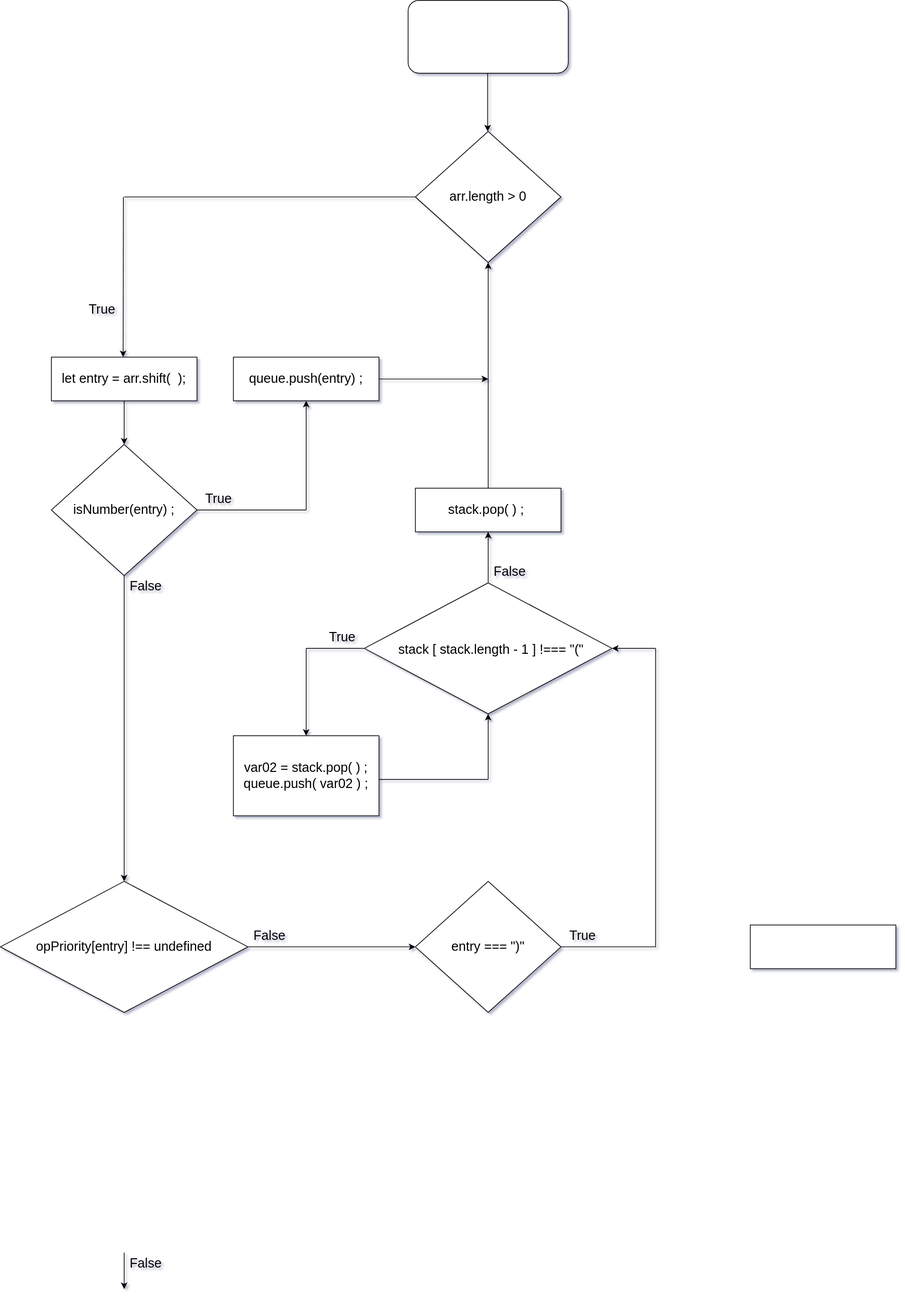
This is Untitled Diagram.drawio.svg from jcgm3205/jcgm3205, a draw.io export, as it was before one commit. Source tidied: cells renumbered, new cells last; positions are measured from the earlier drawing's top-left corner, leaving out a move shared by most shapes.
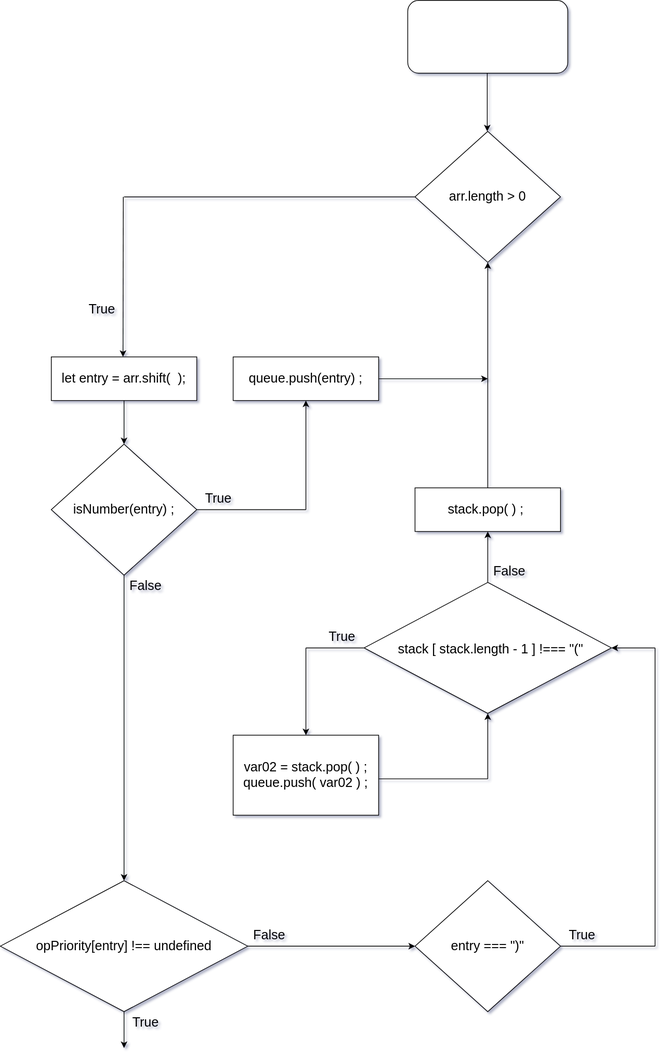
The same diagram one commit later.

Change to the diagram source:
```diff
@@ -71,13 +71,10 @@
     <mxCell id="21" value="False" style="text;html=1;strokeColor=none;fillColor=none;align=center;verticalAlign=middle;whiteSpace=wrap;rounded=0;fontSize=18;" parent="1" vertex="1">
       <mxGeometry x="340" y="1270" width="60" height="30" as="geometry" />
     </mxCell>
-    <mxCell id="22" value="False" style="text;html=1;strokeColor=none;fillColor=none;align=center;verticalAlign=middle;whiteSpace=wrap;rounded=0;fontSize=18;" parent="1" vertex="1">
-      <mxGeometry x="170" y="1720" width="60" height="30" as="geometry" />
-    </mxCell>
     <mxCell id="23" style="endArrow=classic;html=1;rounded=0;fontSize=18;exitX=0.5;exitY=1;exitDx=0;exitDy=0;" parent="1" edge="1">
       <mxGeometry relative="1" as="geometry">
-        <mxPoint x="170" y="1720" as="sourcePoint" />
-        <mxPoint x="170" y="1770" as="targetPoint" />
+        <mxPoint x="170" y="1390" as="sourcePoint" />
+        <mxPoint x="170" y="1440" as="targetPoint" />
       </mxGeometry>
     </mxCell>
     <mxCell id="24" style="rhombus;whiteSpace=wrap;html=1;fontSize=14;" parent="1" vertex="1">
@@ -144,9 +141,6 @@
     <mxCell id="37" style="rounded=0;whiteSpace=wrap;html=1;fontSize=18;" parent="1" vertex="1">
       <mxGeometry x="320" y="1010" width="200" height="110" as="geometry" />
     </mxCell>
-    <mxCell id="38" style="rounded=0;whiteSpace=wrap;html=1;fontSize=18;" parent="1" vertex="1">
-      <mxGeometry x="1030" y="1270" width="200" height="60" as="geometry" />
-    </mxCell>
     <mxCell id="39" value="queue.push(entry) ;" style="text;html=1;strokeColor=none;fillColor=none;align=center;verticalAlign=middle;whiteSpace=wrap;rounded=0;fontSize=18;" parent="1" vertex="1">
       <mxGeometry x="320" y="505" width="200" height="30" as="geometry" />
     </mxCell>
@@ -187,5 +181,8 @@
     <mxCell id="48" value="False" style="text;html=1;strokeColor=none;fillColor=none;align=center;verticalAlign=middle;whiteSpace=wrap;rounded=0;fontSize=18;" parent="1" vertex="1">
       <mxGeometry x="670" y="770" width="60" height="30" as="geometry" />
     </mxCell>
+    <mxCell id="49" value="True" style="text;html=1;strokeColor=none;fillColor=none;align=center;verticalAlign=middle;whiteSpace=wrap;rounded=0;fontSize=18;" parent="1" vertex="1">
+      <mxGeometry x="170" y="1390" width="60" height="30" as="geometry" />
+    </mxCell>
   </root>
 </mxGraphModel>
```
